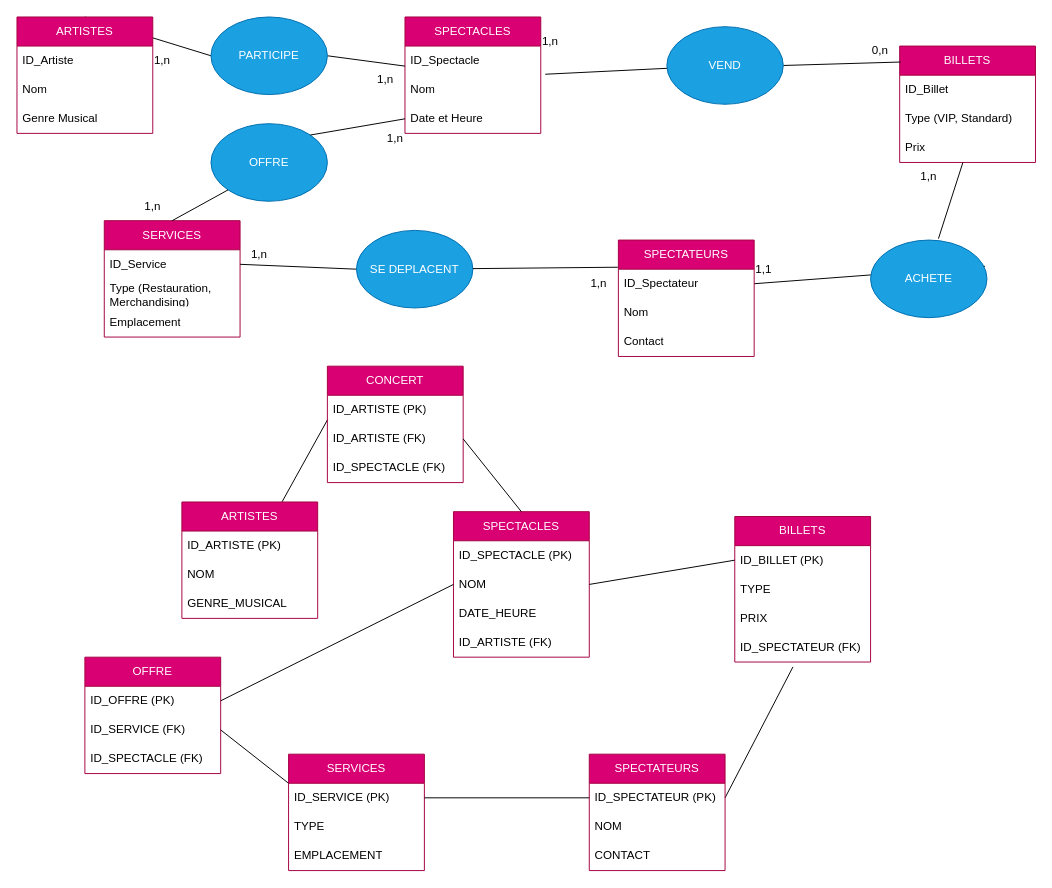
This is 10.BDD/exercices/tp_final.drawio from cecile6482/M2i_CDA, a draw.io file, before an edit. Source tidied: cells renumbered, new cells numbered last; positions are measured from the earlier drawing's top-left corner, leaving out a move shared by most shapes. Both pictures are drawn from the tidied source at 97%, with x=0, y=0 at pixel (16, 16).
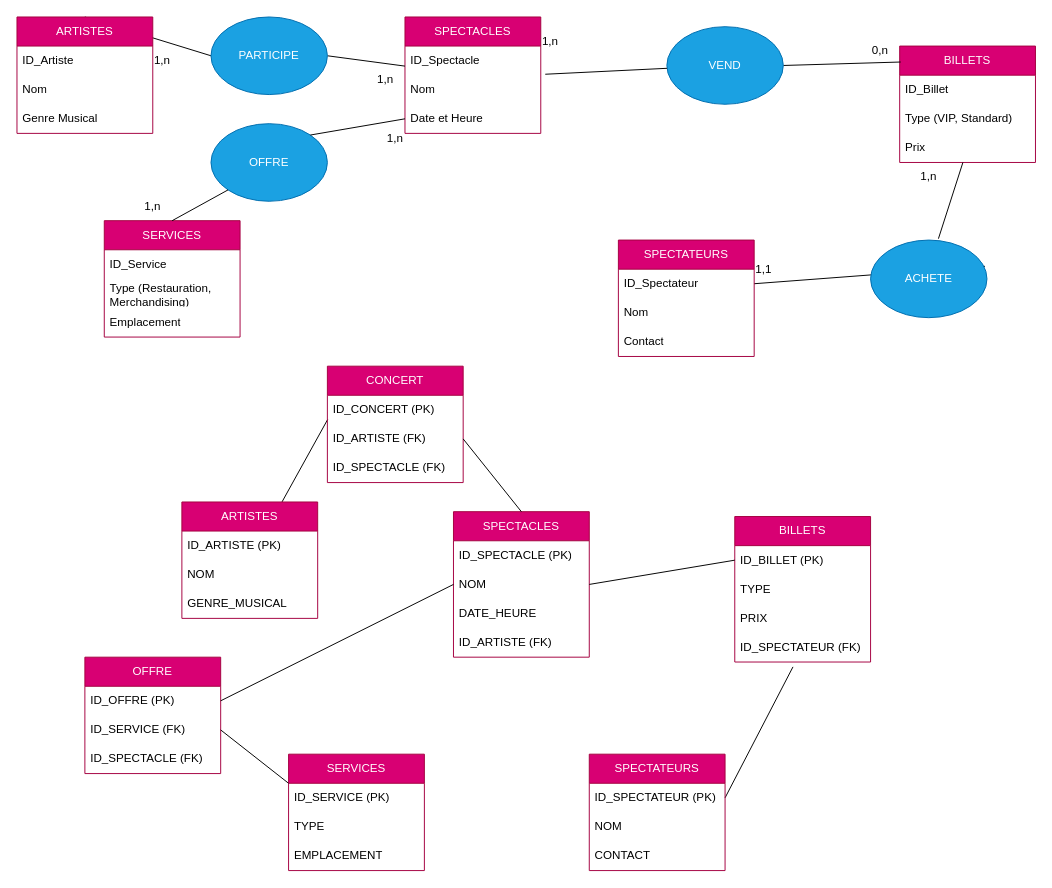
The same diagram, later.

Unchanged cells that the change refers to:
```xml
<mxCell id="17" value="ID_Spectateur" style="text;strokeColor=none;fillColor=none;align=left;verticalAlign=middle;spacingLeft=4;spacingRight=4;overflow=hidden;points=[[0,0.5],[1,0.5]];portConstraint=eastwest;whiteSpace=wrap;html=1;" parent="16" vertex="1">
  <mxGeometry y="30" width="140" height="30" as="geometry" />
</mxCell>
<mxCell id="21" value="ID_Service" style="text;strokeColor=none;fillColor=none;align=left;verticalAlign=middle;spacingLeft=4;spacingRight=4;overflow=hidden;points=[[0,0.5],[1,0.5]];portConstraint=eastwest;whiteSpace=wrap;html=1;" parent="20" vertex="1">
  <mxGeometry y="30" width="140" height="30" as="geometry" />
</mxCell>
<mxCell id="49" value="ID_SPECTATEUR (PK)" style="text;strokeColor=none;fillColor=none;align=left;verticalAlign=middle;spacingLeft=4;spacingRight=4;overflow=hidden;points=[[0,0.5],[1,0.5]];portConstraint=eastwest;whiteSpace=wrap;html=1;" parent="48" vertex="1">
  <mxGeometry y="30" width="140" height="30" as="geometry" />
</mxCell>
<mxCell id="53" value="ID_SERVICE (PK)" style="text;strokeColor=none;fillColor=none;align=left;verticalAlign=middle;spacingLeft=4;spacingRight=4;overflow=hidden;points=[[0,0.5],[1,0.5]];portConstraint=eastwest;whiteSpace=wrap;html=1;" parent="52" vertex="1">
  <mxGeometry y="30" width="140" height="30" as="geometry" />
</mxCell>
<mxCell id="68" value="CONCERT" style="swimlane;fontStyle=0;horizontal=1;startSize=30;whiteSpace=wrap;html=1;fillColor=#d80073;fontColor=#ffffff;strokeColor=#A50040;" parent="1" vertex="1">
  <mxGeometry x="320" y="360" width="140" height="120" as="geometry" />
</mxCell>
```

Change to the diagram source:
```diff
@@
-    <mxCell id="31" style="edgeStyle=none;html=1;exitX=0;exitY=0.5;exitDx=0;exitDy=0;entryX=1;entryY=0.5;entryDx=0;entryDy=0;endArrow=none;endFill=0;" parent="1" edge="1" source="32" target="21">
-      <mxGeometry relative="1" as="geometry" />
-    </mxCell>
-    <mxCell id="32" value="SE DEPLACENT" style="ellipse;whiteSpace=wrap;html=1;fillColor=#1ba1e2;fontColor=#ffffff;strokeColor=#006EAF;" parent="1" vertex="1">
-      <mxGeometry x="350" y="220" width="120" height="80" as="geometry" />
-    </mxCell>
-    <mxCell id="33" style="edgeStyle=none;html=1;exitX=-0.004;exitY=-0.067;exitDx=0;exitDy=0;exitPerimeter=0;endArrow=none;endFill=0;" parent="1" edge="1" source="17" target="32">
-      <mxGeometry relative="1" as="geometry" />
-    </mxCell>
@@
-    <mxCell id="39" value="1,n" style="text;html=1;strokeColor=none;fillColor=none;align=center;verticalAlign=middle;whiteSpace=wrap;rounded=0;" parent="1" vertex="1">
-      <mxGeometry x="570" y="260" width="60" height="30" as="geometry" />
-    </mxCell>
-    <mxCell id="40" value="1,n" style="text;html=1;strokeColor=none;fillColor=none;align=center;verticalAlign=middle;whiteSpace=wrap;rounded=0;" parent="1" vertex="1">
-      <mxGeometry x="220" y="230" width="60" height="30" as="geometry" />
-    </mxCell>
@@
-    <mxCell id="57" style="edgeStyle=none;html=1;exitX=0;exitY=0.5;exitDx=0;exitDy=0;entryX=1;entryY=0.5;entryDx=0;entryDy=0;endArrow=none;endFill=0;" parent="1" edge="1" source="49" target="53">
-      <mxGeometry relative="1" as="geometry" />
-    </mxCell>
@@
-    <mxCell id="69" value="ID_ARTISTE (PK)" style="text;strokeColor=none;fillColor=none;align=left;verticalAlign=middle;spacingLeft=4;spacingRight=4;overflow=hidden;points=[[0,0.5],[1,0.5]];portConstraint=eastwest;whiteSpace=wrap;html=1;" parent="68" vertex="1">
+    <mxCell id="69" value="ID_CONCERT (PK)" style="text;strokeColor=none;fillColor=none;align=left;verticalAlign=middle;spacingLeft=4;spacingRight=4;overflow=hidden;points=[[0,0.5],[1,0.5]];portConstraint=eastwest;whiteSpace=wrap;html=1;" parent="68" vertex="1">
       <mxGeometry y="30" width="140" height="30" as="geometry" />
     </mxCell>
```
